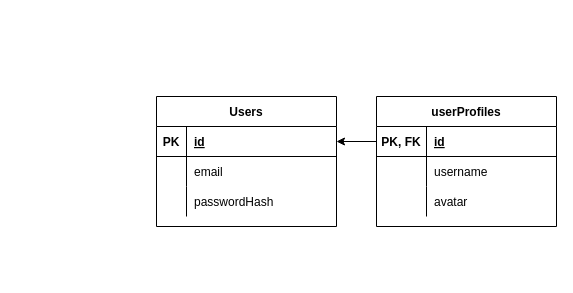
Above: database.drawio in EliasEriksson/Chat.app (draw.io), before the change. Source tidied: cells renumbered, new cells numbered last; positions are measured from the earlier drawing's top-left corner, leaving out a move shared by most shapes. Both pictures are drawn from the tidied source at 100%, with x=0, y=0 at pixel (156, 96).
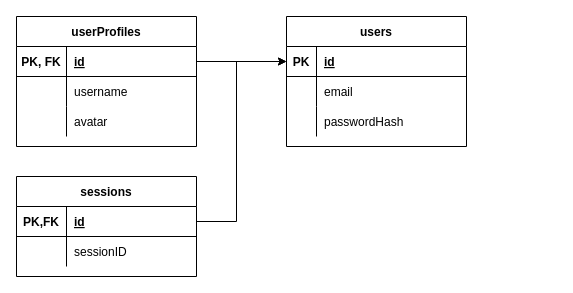
Above is the later version.

Unchanged cells that the change refers to:
```xml
<mxCell id="3" style="shape=partialRectangle;fillColor=none;top=0;left=0;bottom=1;right=0;points=[[0,0.5],[1,0.5]];portConstraint=eastwest;" parent="2" vertex="1">
  <mxGeometry y="30" width="180" height="30" as="geometry" />
</mxCell>
<mxCell id="13" style="shape=partialRectangle;fillColor=none;top=0;left=0;bottom=1;right=0;points=[[0,0.5],[1,0.5]];portConstraint=eastwest;" parent="12" vertex="1">
  <mxGeometry y="30" width="180" height="30" as="geometry" />
</mxCell>
```

The edit, as a diff of the source:
```diff
@@
-    <mxCell id="2" value="Users" style="shape=table;startSize=30;childLayout=tableLayout;rowLines=0;fontStyle=1;align=center;" parent="1" vertex="1">
-      <mxGeometry width="180" height="130" as="geometry" />
+    <mxCell id="2" value="users" style="shape=table;startSize=30;childLayout=tableLayout;rowLines=0;fontStyle=1;align=center;" parent="1" vertex="1">
+      <mxGeometry x="130" y="-80" width="180" height="130" as="geometry" />
     </mxCell>
@@
     <mxCell id="12" value="userProfiles" style="shape=table;startSize=30;childLayout=tableLayout;rowLines=0;fontStyle=1;align=center;" parent="1" vertex="1">
-      <mxGeometry x="220" width="180" height="130" as="geometry" />
+      <mxGeometry x="-140" y="-80" width="180" height="130" as="geometry" />
     </mxCell>
@@
-    <mxCell id="22" style="edgeStyle=orthogonalEdgeStyle;rounded=0;jettySize=auto;html=1;entryX=1;entryY=0.5;entryDx=0;entryDy=0;" parent="1" edge="1" source="13" target="3">
+    <mxCell id="22" style="edgeStyle=orthogonalEdgeStyle;rounded=0;jettySize=auto;html=1;entryX=0;entryY=0.5;entryDx=0;entryDy=0;" parent="1" edge="1" source="13" target="3">
       <mxGeometry relative="1" as="geometry" />
     </mxCell>
+    <mxCell id="23" value="sessions" style="shape=table;startSize=30;childLayout=tableLayout;rowLines=0;fontStyle=1;align=center;" parent="1" vertex="1">
+      <mxGeometry x="-140" y="80" width="180" height="100" as="geometry" />
+    </mxCell>
+    <mxCell id="24" style="shape=partialRectangle;fillColor=none;top=0;left=0;bottom=1;right=0;points=[[0,0.5],[1,0.5]];portConstraint=eastwest;" parent="23" vertex="1">
+      <mxGeometry y="30" width="180" height="30" as="geometry" />
+    </mxCell>
+    <mxCell id="25" value="PK,FK" style="shape=partialRectangle;fillColor=none;top=0;left=0;bottom=0;right=0;fontStyle=1;overflow=hidden;" parent="24" vertex="1">
+      <mxGeometry width="50" height="30" as="geometry" />
+    </mxCell>
+    <mxCell id="26" value="id" style="shape=partialRectangle;fillColor=none;top=0;left=0;bottom=0;right=0;align=left;spacingLeft=6;fontStyle=5;overflow=hidden;" parent="24" vertex="1">
+      <mxGeometry x="50" width="130" height="30" as="geometry" />
+    </mxCell>
+    <mxCell id="27" style="shape=partialRectangle;fillColor=none;top=0;left=0;bottom=0;right=0;" parent="23" vertex="1">
+      <mxGeometry y="60" width="180" height="30" as="geometry" />
+    </mxCell>
+    <mxCell id="28" style="shape=partialRectangle;fillColor=none;top=0;left=0;bottom=0;right=0;overflow=hidden;" parent="27" vertex="1">
+      <mxGeometry width="50" height="30" as="geometry" />
+    </mxCell>
+    <mxCell id="29" value="sessionID" style="shape=partialRectangle;fillColor=none;top=0;left=0;bottom=0;right=0;align=left;spacingLeft=6;overflow=hidden;" parent="27" vertex="1">
+      <mxGeometry x="50" width="130" height="30" as="geometry" />
+    </mxCell>
+    <mxCell id="30" style="edgeStyle=orthogonalEdgeStyle;rounded=0;jettySize=auto;html=1;entryX=0;entryY=0.5;entryDx=0;entryDy=0;" parent="1" edge="1" source="24" target="3">
+      <mxGeometry relative="1" as="geometry">
+        <Array as="points">
+          <mxPoint x="80" y="125" />
+          <mxPoint x="80" y="-35" />
+          <mxPoint x="130" y="-35" />
+        </Array>
+      </mxGeometry>
+    </mxCell>
```
